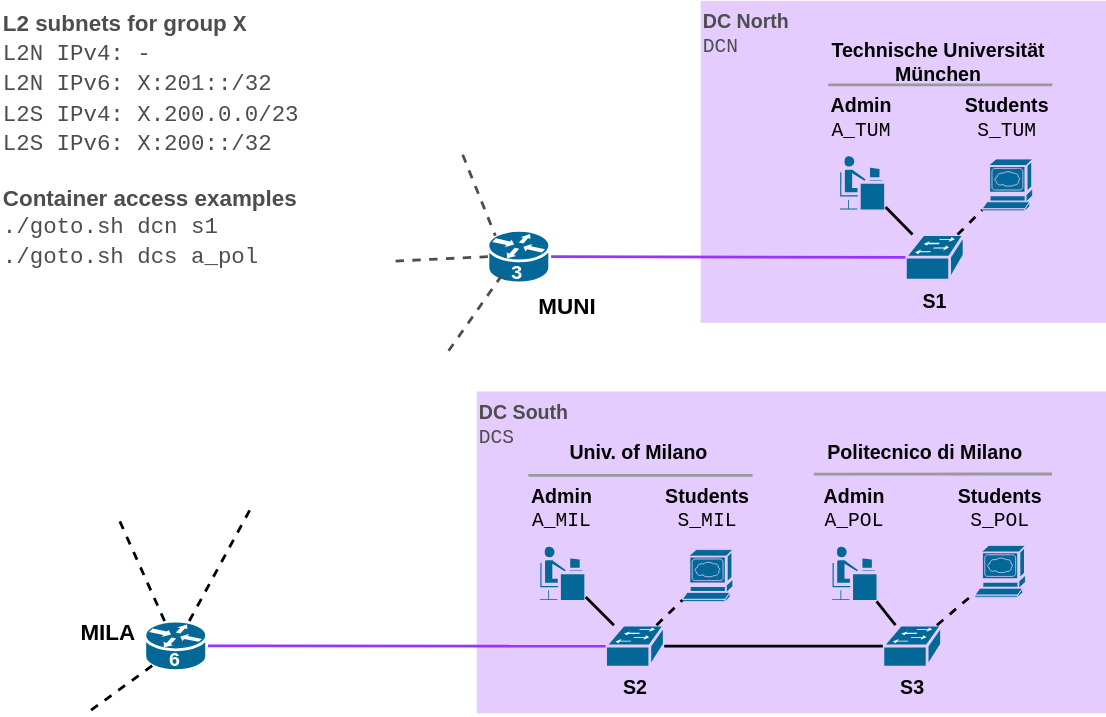
Earlier version of the draw.io export platform/config/figures/l2_topo.svg (HongyuHe/mini-internet). Source tidied: cells renumbered, new cells last; positions are measured from the earlier drawing's top-left corner, leaving out a move shared by most shapes.
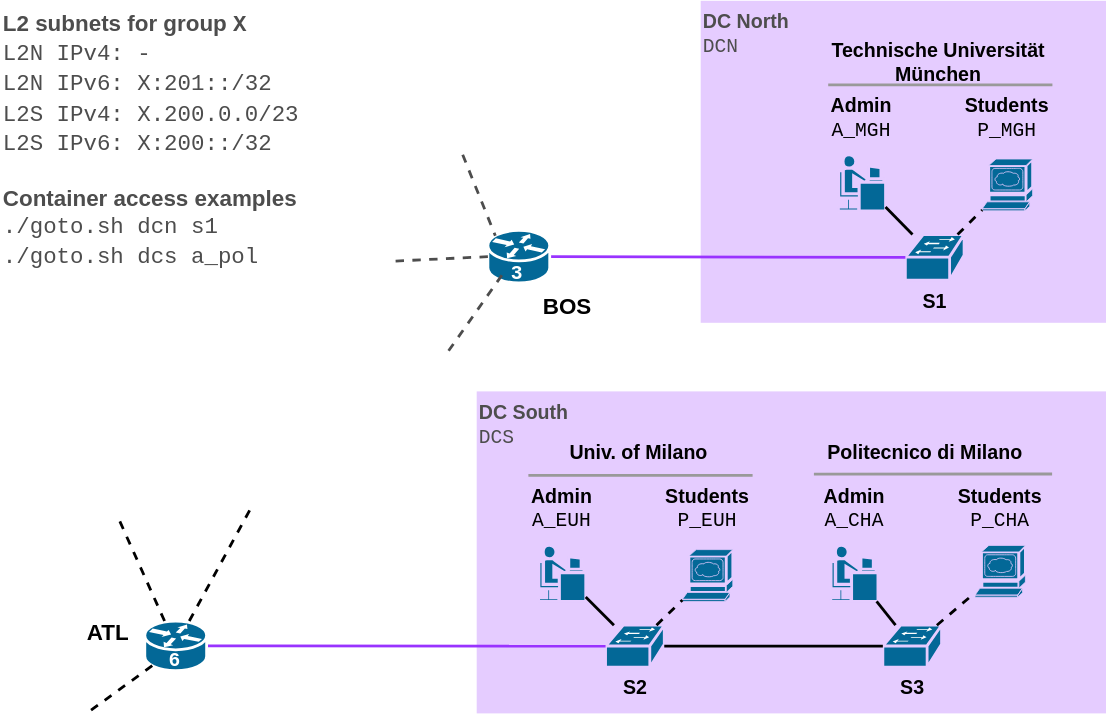
The same diagram one commit later.

Diff of the diagram source:
```diff
@@ -41,16 +41,16 @@
     <mxCell id="14" value="&lt;b&gt;L2 subnets for group &lt;font face=&quot;Courier New&quot;&gt;X&lt;/font&gt;&lt;br&gt;&lt;/b&gt;&lt;font face=&quot;Courier New&quot;&gt;L2N IPv4: -&lt;br&gt;L2N IPv6: X:201::/32&lt;br&gt;L2S IPv4: X.200.0.0/23&lt;br&gt;L2S IPv6: X:200::/32&lt;/font&gt;&lt;font style=&quot;font-size: 16px;&quot;&gt;&lt;br&gt;&lt;br&gt;&lt;b style=&quot;&quot;&gt;Container access examples&lt;br&gt;&lt;/b&gt;&lt;font face=&quot;Courier New&quot;&gt;./goto.sh dcn s1&lt;br&gt;./goto.sh dcs a_pol&lt;br&gt;&lt;/font&gt;&lt;br&gt;&lt;br&gt;&lt;/font&gt;" style="rounded=0;whiteSpace=wrap;html=1;fontFamily=Helvetica;fontSize=16;fontColor=#4D4D4D;fillColor=none;align=left;strokeColor=none;verticalAlign=top;" parent="1" vertex="1">
       <mxGeometry width="250" height="220" as="geometry" />
     </mxCell>
-    <mxCell id="15" value="&lt;font style=&quot;font-size: 14px;&quot;&gt;&lt;span style=&quot;font-size: 14px;&quot;&gt;Admin&lt;br&gt;&lt;font style=&quot;font-weight: normal;&quot; face=&quot;Courier New&quot;&gt;A_MIL&lt;/font&gt;&lt;br&gt;&lt;/span&gt;&lt;/font&gt;" style="rounded=0;whiteSpace=wrap;html=1;strokeColor=none;fillColor=none;fontSize=14;fontStyle=1;" parent="1" vertex="1">
+    <mxCell id="15" value="&lt;font style=&quot;font-size: 14px;&quot;&gt;&lt;span style=&quot;font-size: 14px;&quot;&gt;Admin&lt;br&gt;&lt;font style=&quot;font-weight: normal;&quot; face=&quot;Courier New&quot;&gt;A_EUH&lt;/font&gt;&lt;br&gt;&lt;/span&gt;&lt;/font&gt;" style="rounded=0;whiteSpace=wrap;html=1;strokeColor=none;fillColor=none;fontSize=14;fontStyle=1;" parent="1" vertex="1">
       <mxGeometry x="374" y="349" width="54.1" height="27.5" as="geometry" />
     </mxCell>
-    <mxCell id="16" value="&lt;font style=&quot;font-size: 14px;&quot;&gt;&lt;span style=&quot;font-size: 14px;&quot;&gt;Students&lt;br&gt;&lt;font style=&quot;font-weight: normal;&quot; face=&quot;Courier New&quot;&gt;S_MIL&lt;/font&gt;&lt;br&gt;&lt;/span&gt;&lt;/font&gt;" style="rounded=0;whiteSpace=wrap;html=1;strokeColor=none;fillColor=none;fontSize=14;fontStyle=1;" parent="1" vertex="1">
+    <mxCell id="16" value="&lt;font style=&quot;font-size: 14px;&quot;&gt;&lt;span style=&quot;font-size: 14px;&quot;&gt;Students&lt;br&gt;&lt;font style=&quot;font-weight: normal;&quot; face=&quot;Courier New&quot;&gt;P_EUH&lt;/font&gt;&lt;br&gt;&lt;/span&gt;&lt;/font&gt;" style="rounded=0;whiteSpace=wrap;html=1;strokeColor=none;fillColor=none;fontSize=14;fontStyle=1;" parent="1" vertex="1">
       <mxGeometry x="477.9" y="349" width="54.1" height="27.5" as="geometry" />
     </mxCell>
-    <mxCell id="17" value="&lt;font style=&quot;font-size: 14px;&quot;&gt;&lt;span style=&quot;font-size: 14px;&quot;&gt;Admin&lt;br&gt;&lt;font style=&quot;font-weight: normal;&quot; face=&quot;Courier New&quot;&gt;A_POL&lt;/font&gt;&lt;br&gt;&lt;/span&gt;&lt;/font&gt;" style="rounded=0;whiteSpace=wrap;html=1;strokeColor=none;fillColor=none;fontSize=14;fontStyle=1;" parent="1" vertex="1">
+    <mxCell id="17" value="&lt;font style=&quot;font-size: 14px;&quot;&gt;&lt;span style=&quot;font-size: 14px;&quot;&gt;Admin&lt;br&gt;&lt;font style=&quot;font-weight: normal;&quot; face=&quot;Courier New&quot;&gt;A_CHA&lt;/font&gt;&lt;br&gt;&lt;/span&gt;&lt;/font&gt;" style="rounded=0;whiteSpace=wrap;html=1;strokeColor=none;fillColor=none;fontSize=14;fontStyle=1;" parent="1" vertex="1">
       <mxGeometry x="582.7" y="349" width="54.1" height="27.5" as="geometry" />
     </mxCell>
-    <mxCell id="18" value="&lt;font style=&quot;font-size: 14px;&quot;&gt;&lt;span style=&quot;font-size: 14px;&quot;&gt;Students&lt;br&gt;&lt;font style=&quot;font-weight: normal;&quot; face=&quot;Courier New&quot;&gt;S_POL&lt;/font&gt;&lt;br&gt;&lt;/span&gt;&lt;/font&gt;" style="rounded=0;whiteSpace=wrap;html=1;strokeColor=none;fillColor=none;fontSize=14;fontStyle=1;" parent="1" vertex="1">
+    <mxCell id="18" value="&lt;font style=&quot;font-size: 14px;&quot;&gt;&lt;span style=&quot;font-size: 14px;&quot;&gt;Students&lt;br&gt;&lt;font style=&quot;font-weight: normal;&quot; face=&quot;Courier New&quot;&gt;P_CHA&lt;/font&gt;&lt;br&gt;&lt;/span&gt;&lt;/font&gt;" style="rounded=0;whiteSpace=wrap;html=1;strokeColor=none;fillColor=none;fontSize=14;fontStyle=1;" parent="1" vertex="1">
       <mxGeometry x="686.9" y="349" width="54.1" height="27.5" as="geometry" />
     </mxCell>
     <mxCell id="19" value="&lt;font style=&quot;font-size: 14px;&quot;&gt;&lt;span style=&quot;font-size: 14px;&quot;&gt;Univ. of Milano&lt;br&gt;&lt;/span&gt;&lt;/font&gt;" style="rounded=0;whiteSpace=wrap;html=1;strokeColor=none;fillColor=none;fontSize=14;fontStyle=1;" parent="1" vertex="1">
@@ -89,10 +89,10 @@
     <mxCell id="28" style="endArrow=none;dashed=1;html=1;rounded=0;strokeWidth=2;" parent="1" edge="1" source="24" target="25">
       <mxGeometry relative="1" as="geometry" />
     </mxCell>
-    <mxCell id="29" value="&lt;font style=&quot;font-size: 14px;&quot;&gt;&lt;span style=&quot;font-size: 14px;&quot;&gt;Admin&lt;br&gt;&lt;font style=&quot;font-weight: normal;&quot; face=&quot;Courier New&quot;&gt;A_TUM&lt;/font&gt;&lt;br&gt;&lt;/span&gt;&lt;/font&gt;" style="rounded=0;whiteSpace=wrap;html=1;strokeColor=none;fillColor=none;fontSize=14;fontStyle=1;" parent="1" vertex="1">
+    <mxCell id="29" value="&lt;font style=&quot;font-size: 14px;&quot;&gt;&lt;span style=&quot;font-size: 14px;&quot;&gt;Admin&lt;br&gt;&lt;font style=&quot;font-weight: normal;&quot; face=&quot;Courier New&quot;&gt;A_MGH&lt;/font&gt;&lt;br&gt;&lt;/span&gt;&lt;/font&gt;" style="rounded=0;whiteSpace=wrap;html=1;strokeColor=none;fillColor=none;fontSize=14;fontStyle=1;" parent="1" vertex="1">
       <mxGeometry x="588.1" y="70" width="54.1" height="27.5" as="geometry" />
     </mxCell>
-    <mxCell id="30" value="&lt;font style=&quot;font-size: 14px;&quot;&gt;&lt;span style=&quot;font-size: 14px;&quot;&gt;Students&lt;br&gt;&lt;font style=&quot;font-weight: normal;&quot; face=&quot;Courier New&quot;&gt;S_TUM&lt;/font&gt;&lt;br&gt;&lt;/span&gt;&lt;/font&gt;" style="rounded=0;whiteSpace=wrap;html=1;strokeColor=none;fillColor=none;fontSize=14;fontStyle=1;" parent="1" vertex="1">
+    <mxCell id="30" value="&lt;font style=&quot;font-size: 14px;&quot;&gt;&lt;span style=&quot;font-size: 14px;&quot;&gt;Students&lt;br&gt;&lt;font style=&quot;font-weight: normal;&quot; face=&quot;Courier New&quot;&gt;P_MGH&lt;/font&gt;&lt;br&gt;&lt;/span&gt;&lt;/font&gt;" style="rounded=0;whiteSpace=wrap;html=1;strokeColor=none;fillColor=none;fontSize=14;fontStyle=1;" parent="1" vertex="1">
       <mxGeometry x="692" y="70" width="54.1" height="27.5" as="geometry" />
     </mxCell>
     <mxCell id="31" value="&lt;font style=&quot;font-size: 14px;&quot;&gt;&lt;span style=&quot;font-size: 14px;&quot;&gt;Technische Universität München&lt;br&gt;&lt;/span&gt;&lt;/font&gt;" style="rounded=0;whiteSpace=wrap;html=1;strokeColor=none;fillColor=none;fontSize=14;fontStyle=1;" parent="1" vertex="1">
@@ -129,7 +129,7 @@
     <mxCell id="39" style="edgeStyle=none;rounded=0;jettySize=auto;html=1;strokeColor=#9933FF;strokeWidth=2;fontFamily=Helvetica;fontSize=14;fontColor=#4D4D4D;endArrow=none;endFill=0;exitX=1;exitY=0.5;exitDx=0;exitDy=0;exitPerimeter=0;" parent="1" edge="1" source="42" target="3">
       <mxGeometry relative="1" as="geometry" />
     </mxCell>
-    <mxCell id="40" value="&lt;font size=&quot;1&quot; style=&quot;&quot;&gt;&lt;b style=&quot;font-size: 16px;&quot;&gt;MILA&lt;/b&gt;&lt;/font&gt;" style="rounded=0;whiteSpace=wrap;html=1;strokeColor=none;fillColor=none;" parent="1" vertex="1">
+    <mxCell id="40" value="&lt;font size=&quot;1&quot; style=&quot;&quot;&gt;&lt;b style=&quot;font-size: 16px;&quot;&gt;ATL&lt;/b&gt;&lt;/font&gt;" style="rounded=0;whiteSpace=wrap;html=1;strokeColor=none;fillColor=none;" parent="1" vertex="1">
       <mxGeometry x="49.5" y="437" width="54.1" height="27.5" as="geometry" />
     </mxCell>
     <mxCell id="41" style="group;" parent="1" vertex="1">
@@ -156,7 +156,7 @@
         <mxPoint x="280" y="186" as="targetPoint" />
       </mxGeometry>
     </mxCell>
-    <mxCell id="47" value="&lt;font size=&quot;1&quot; style=&quot;&quot;&gt;&lt;b style=&quot;font-size: 16px;&quot;&gt;MUNI&lt;/b&gt;&lt;/font&gt;" style="rounded=0;whiteSpace=wrap;html=1;strokeColor=none;fillColor=none;" parent="1" vertex="1">
+    <mxCell id="47" value="&lt;font size=&quot;1&quot; style=&quot;&quot;&gt;&lt;b style=&quot;font-size: 16px;&quot;&gt;BOS&lt;/b&gt;&lt;/font&gt;" style="rounded=0;whiteSpace=wrap;html=1;strokeColor=none;fillColor=none;" parent="1" vertex="1">
       <mxGeometry x="377.9" y="204.5" width="54.1" height="27.5" as="geometry" />
     </mxCell>
     <mxCell id="48" style="endArrow=none;html=1;rounded=0;strokeWidth=2;strokeColor=#000000;fillColor=#008a00;dashed=1;exitX=0.12;exitY=0.9;exitDx=0;exitDy=0;exitPerimeter=0;" parent="1" edge="1" source="42">
```
